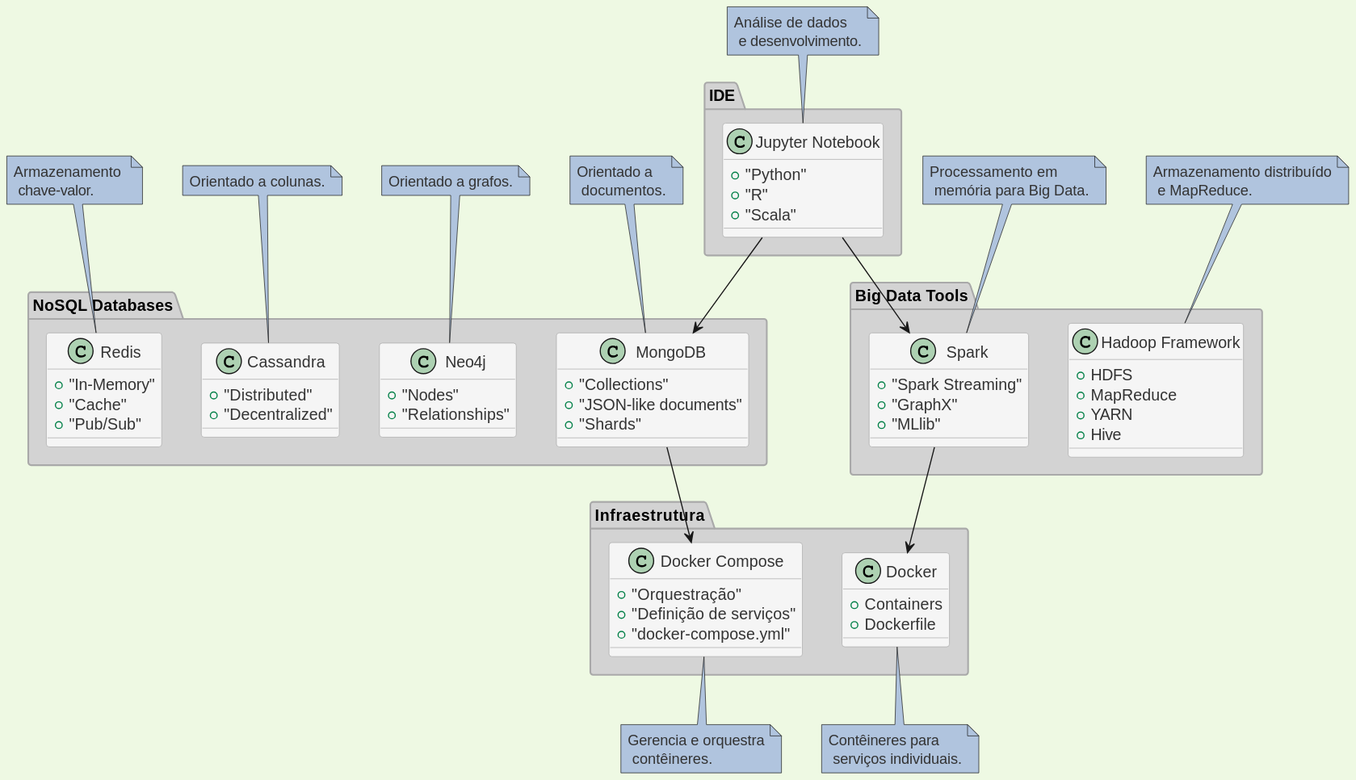
Above: puml/arch-bigdata-nosql.svg in klaytoncastro/idp-bigdata (PlantUML), before the change.
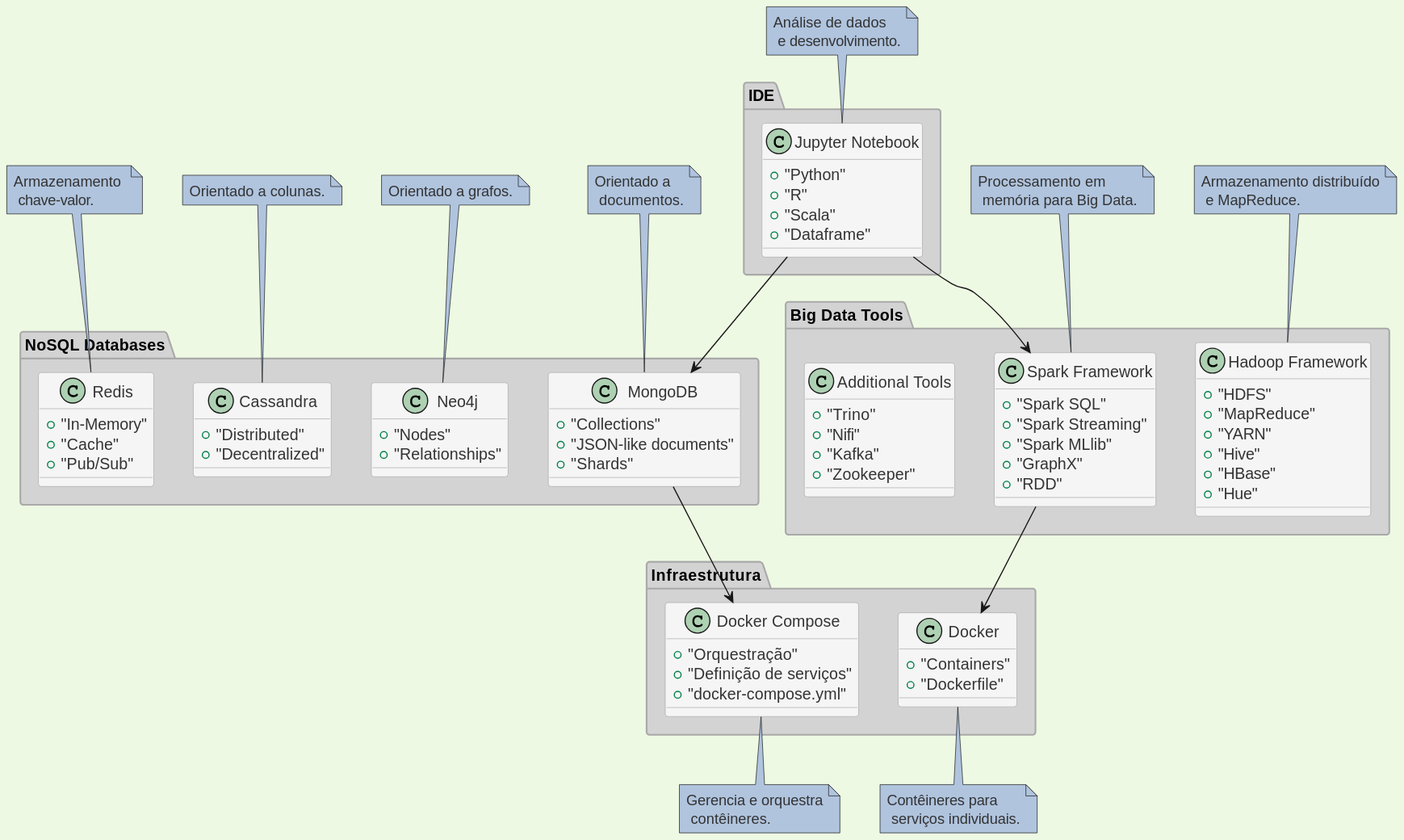
Later version of the same file.

What changed in the source:
```diff
@@ -25,28 +25,42 @@
         + "Python"
         + "R"
         + "Scala"
+        + "Dataframe"
     }
 }
 note "Análise de dados\n e desenvolvimento." as JupyterNote
 JupyterNote .. "Jupyter Notebook"
 
 package "Big Data Tools" {
-    class "Spark" {
+    class "Spark Framework" {
+        + "Spark SQL"
         + "Spark Streaming"
+        + "Spark MLlib"
         + "GraphX"
-        + "MLlib"
+        + "RDD"
+
     }
     class "Hadoop Framework" {
-        + HDFS
-        + MapReduce
-        + YARN
-        + Hive
-    }
+    + "HDFS"
+    + "MapReduce"
+    + "YARN"
+    + "Hive"
+    + "HBase"
+    + "Hue"
+}
+
+class "Additional Tools" {
+    + "Trino"
+    + "Nifi"
+    + "Kafka"
+    + "Zookeeper"
+}
+
 }
 
 note "Processamento em\n memória para Big Data." as SparkNote
 note "Armazenamento distribuído\n e MapReduce." as HadoopNote
-SparkNote .. Spark
+SparkNote .. "Spark Framework"
 HadoopNote .. "Hadoop Framework"
 
 package "NoSQL Databases" {
@@ -81,8 +95,8 @@
 
 package "Infraestrutura" {
     class "Docker" {
-        + Containers
-        + Dockerfile
+        + "Containers"
+        + "Dockerfile"
     }
     class "Docker Compose" {
         + "Orquestração"
@@ -96,10 +110,10 @@
 Docker .. DockerNote
 "Docker Compose" .. DockerComposeNote
 
-"Jupyter Notebook" -down-> Spark
+"Jupyter Notebook" -down-> "Spark Framework"
 "Jupyter Notebook" -down-> MongoDB
 
-Spark -down-> Docker
+"Spark Framework" -down-> Docker
 MongoDB -down-> "Docker Compose"
 
 @enduml
```
